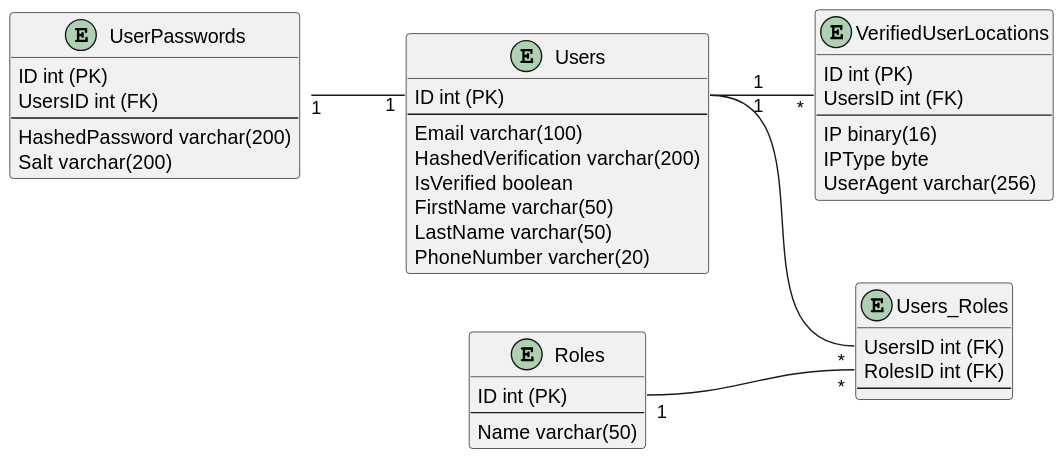
This is Docs/out/ERD/Login-ERD/ERD.svg from blackout1471/trust-us-school, a PlantUML export, as it was before one commit. Source of this version:
```plantuml
@startuml ERD
left to right direction

entity "UserPasswords" as up{
    ID int (PK)
    UsersID int (FK)
    --
    HashedPassword varchar(200)
    Salt varchar(200)
}

entity Users {
    ID int (PK)
    --
    Email varchar(100)
    HashedVerification varchar(200)
    IsVerified boolean
    FirstName varchar(50)
    LastName varchar(50)
    PhoneNumber varcher(20)
}
entity "VerifiedUserLocations" as vul {
    ID int (PK)
    UsersID int (FK)
    --
    IP binary(16)
    IPType byte
    UserAgent varchar(256)
}

entity "Users_Roles" as ur {
    UsersID int (FK)
    RolesID int (FK)
    --
}

entity Roles {
    ID int (PK)
    --
    Name varchar(50)
}

Users::ID"      1" -- "*"ur::UsersID
Roles::ID"1" -- "*"ur::RolesID

Users::ID"      1" -- "*"vul::UsersID

up::UserID"1" -- "1"Users::ID


@enduml
```
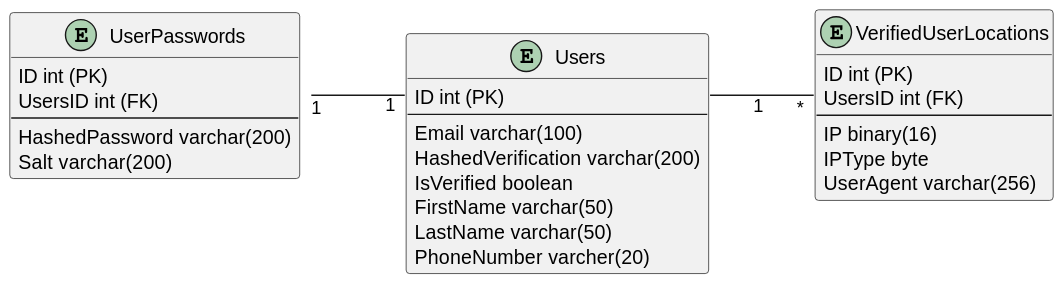
After the commit.

Commit message:
Removed roles for erd

What changed in the source:
```diff
@@ -28,21 +28,6 @@
     UserAgent varchar(256)
 }
 
-entity "Users_Roles" as ur {
-    UsersID int (FK)
-    RolesID int (FK)
-    --
-}
-
-entity Roles {
-    ID int (PK)
-    --
-    Name varchar(50)
-}
-
-Users::ID"      1" -- "*"ur::UsersID
-Roles::ID"1" -- "*"ur::RolesID
-
 Users::ID"      1" -- "*"vul::UsersID
 
 up::UserID"1" -- "1"Users::ID
```
